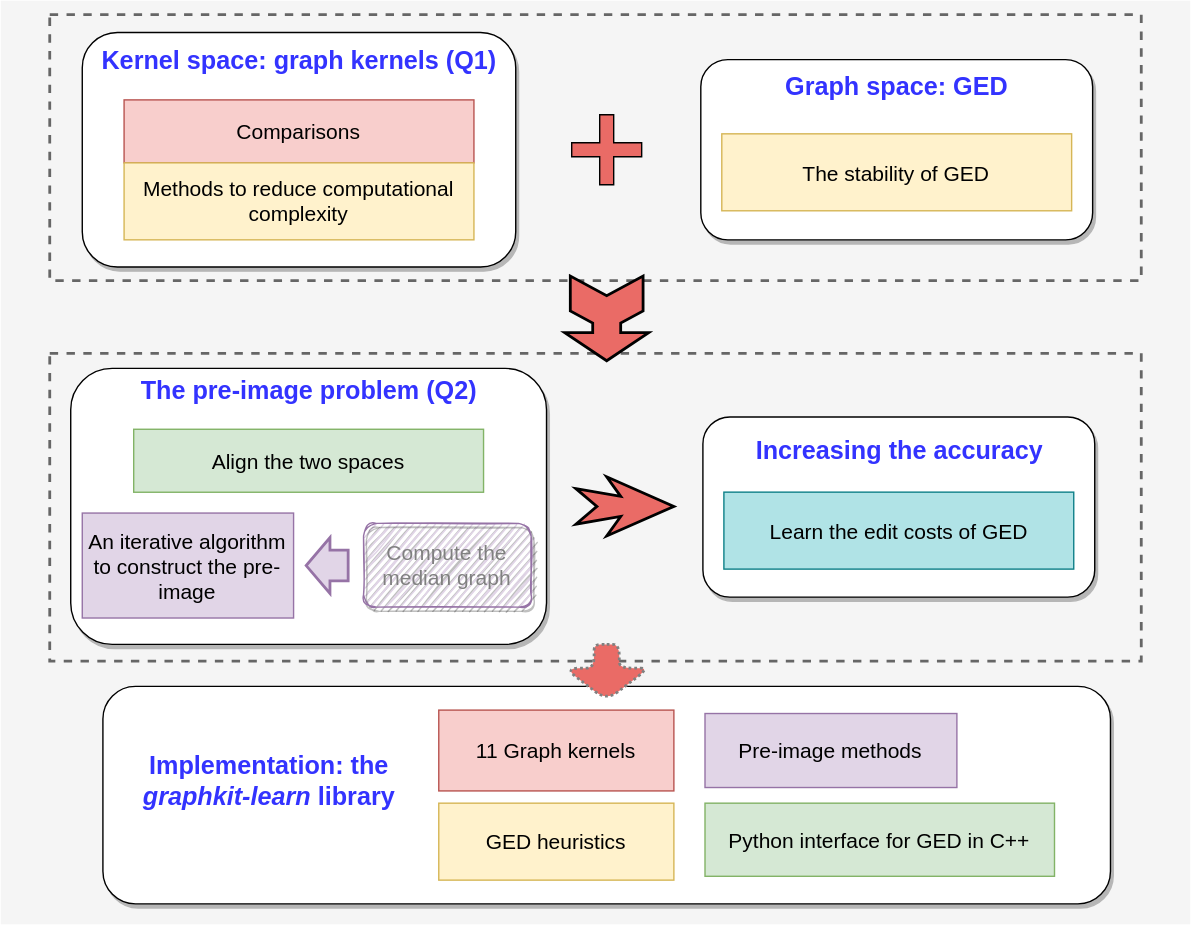
This is architecture.svg from jajupmochi/phd_thesis, a draw.io export, as it was before one commit. Source tidied: cells renumbered, new cells last; positions are measured from the earlier drawing's top-left corner, leaving out a move shared by most shapes. Source of this version:
```xml
<mxGraphModel>
  <root>
    <mxCell id="0" />
    <mxCell id="1" parent="0" />
    <mxCell id="2" style="rounded=0;whiteSpace=wrap;html=1;fillColor=#f5f5f5;fontColor=#333333;strokeColor=none;" parent="1" vertex="1">
      <mxGeometry width="850" height="660" as="geometry" />
    </mxCell>
    <mxCell id="3" style="rounded=0;whiteSpace=wrap;html=1;shadow=0;glass=0;dashed=1;sketch=0;fontColor=#333333;strokeColor=#666666;fillColor=#f5f5f5;align=center;verticalAlign=middle;strokeWidth=2;" parent="1" vertex="1">
      <mxGeometry x="35" y="10" width="780" height="190" as="geometry" />
    </mxCell>
    <mxCell id="4" style="rounded=1;whiteSpace=wrap;html=1;shadow=1;glass=0;sketch=0;strokeColor=#000000;fillColor=#ffffff;align=left;" parent="1" vertex="1">
      <mxGeometry x="58.2" y="22.8" width="309.8" height="167.5" as="geometry" />
    </mxCell>
    <mxCell id="5" value="&lt;h1 style=&quot;font-size: 18px&quot;&gt;Kernel space: graph kernels (Q1)&lt;br&gt;&lt;/h1&gt;" style="text;html=1;strokeColor=none;fillColor=none;spacing=5;spacingTop=-20;whiteSpace=wrap;overflow=hidden;rounded=0;shadow=1;glass=0;dashed=1;sketch=0;align=center;verticalAlign=middle;fontColor=#3333FF;" parent="1" vertex="1">
      <mxGeometry x="61.9" y="18.1" width="302.5" height="70" as="geometry" />
    </mxCell>
    <mxCell id="6" value="&lt;font style=&quot;font-size: 15px&quot;&gt;Comparisons&lt;/font&gt;" style="text;html=1;align=center;verticalAlign=middle;whiteSpace=wrap;rounded=0;shadow=0;glass=0;sketch=0;fillColor=#f8cecc;strokeColor=#b85450;" parent="1" vertex="1">
      <mxGeometry x="88.1" y="70.9" width="250" height="45" as="geometry" />
    </mxCell>
    <mxCell id="7" value="&lt;div&gt;&lt;font style=&quot;font-size: 15px&quot;&gt;Methods to reduce computational&lt;/font&gt;&lt;/div&gt;&lt;div&gt;&lt;font style=&quot;font-size: 15px&quot;&gt; complexity&lt;/font&gt;&lt;/div&gt;" style="text;html=1;align=center;verticalAlign=middle;whiteSpace=wrap;rounded=0;shadow=0;glass=0;sketch=0;fillColor=#fff2cc;strokeColor=#d6b656;" parent="1" vertex="1">
      <mxGeometry x="88.1" y="115.9" width="250" height="55" as="geometry" />
    </mxCell>
    <mxCell id="8" style="rounded=1;whiteSpace=wrap;html=1;shadow=1;glass=0;sketch=0;strokeColor=#000000;fillColor=#ffffff;align=left;" parent="1" vertex="1">
      <mxGeometry x="500.2" y="42.1" width="280" height="128.8" as="geometry" />
    </mxCell>
    <mxCell id="9" value="&lt;h1 style=&quot;font-size: 18px&quot;&gt;Graph space: GED&lt;br&gt;&lt;/h1&gt;" style="text;html=1;strokeColor=none;fillColor=none;spacing=5;spacingTop=-20;whiteSpace=wrap;overflow=hidden;rounded=0;shadow=1;glass=0;dashed=1;sketch=0;align=center;verticalAlign=middle;fontColor=#3333FF;" parent="1" vertex="1">
      <mxGeometry x="489" y="37.2" width="302.5" height="70" as="geometry" />
    </mxCell>
    <mxCell id="10" value="&lt;font style=&quot;font-size: 15px&quot;&gt;The stability of GED&lt;/font&gt;" style="text;html=1;align=center;verticalAlign=middle;whiteSpace=wrap;rounded=0;shadow=0;glass=0;sketch=0;fillColor=#fff2cc;strokeColor=#d6b656;" parent="1" vertex="1">
      <mxGeometry x="515.2" y="95.1" width="250" height="55" as="geometry" />
    </mxCell>
    <mxCell id="11" style="shape=cross;whiteSpace=wrap;html=1;rounded=1;shadow=0;glass=0;sketch=0;fontColor=#3333FF;strokeColor=#000000;fillColor=#EA6B66;align=center;verticalAlign=middle;" parent="1" vertex="1">
      <mxGeometry x="408" y="81.5" width="50" height="50" as="geometry" />
    </mxCell>
    <mxCell id="12" style="rounded=0;whiteSpace=wrap;html=1;shadow=0;glass=0;dashed=1;sketch=0;fontColor=#333333;strokeColor=#666666;fillColor=#f5f5f5;align=center;verticalAlign=middle;strokeWidth=2;" parent="1" vertex="1">
      <mxGeometry x="35" y="252" width="780" height="220" as="geometry" />
    </mxCell>
    <mxCell id="13" style="rounded=1;whiteSpace=wrap;html=1;shadow=1;glass=0;sketch=0;strokeColor=#000000;fillColor=#ffffff;align=left;" parent="1" vertex="1">
      <mxGeometry x="50" y="262.8" width="340" height="197.2" as="geometry" />
    </mxCell>
    <mxCell id="14" value="&lt;h1 style=&quot;font-size: 18px&quot;&gt;The pre-image problem (Q2)&lt;br&gt;&lt;/h1&gt;" style="text;html=1;strokeColor=none;fillColor=none;spacing=5;spacingTop=-20;whiteSpace=wrap;overflow=hidden;rounded=0;shadow=1;glass=0;dashed=1;sketch=0;align=center;verticalAlign=middle;fontColor=#3333FF;" parent="1" vertex="1">
      <mxGeometry x="68.8" y="253.9" width="302.5" height="70" as="geometry" />
    </mxCell>
    <mxCell id="15" value="&lt;div&gt;&lt;font style=&quot;font-size: 15px&quot; color=&quot;#808080&quot;&gt;Compute the &lt;br&gt;&lt;/font&gt;&lt;/div&gt;&lt;div&gt;&lt;font style=&quot;font-size: 15px&quot; color=&quot;#808080&quot;&gt;median graph&lt;/font&gt;&lt;/div&gt;" style="text;html=1;align=center;verticalAlign=middle;whiteSpace=wrap;rounded=1;shadow=1;glass=0;sketch=1;fillColor=#e1d5e7;strokeColor=#9673a6;" parent="1" vertex="1">
      <mxGeometry x="259.2" y="373.5" width="119.8" height="59.9" as="geometry" />
    </mxCell>
    <mxCell id="16" value="&lt;div&gt;&lt;font style=&quot;font-size: 15px&quot;&gt;An iterative algorithm&lt;/font&gt;&lt;/div&gt;&lt;div&gt;&lt;font style=&quot;font-size: 15px&quot;&gt; to construct the pre-&lt;/font&gt;&lt;/div&gt;&lt;div&gt;&lt;font style=&quot;font-size: 15px&quot;&gt;image&lt;/font&gt;&lt;/div&gt;" style="text;html=1;align=center;verticalAlign=middle;whiteSpace=wrap;rounded=0;shadow=0;glass=0;sketch=0;fillColor=#e1d5e7;strokeColor=#9673a6;" parent="1" vertex="1">
      <mxGeometry x="58.2" y="366.1" width="151" height="75" as="geometry" />
    </mxCell>
    <mxCell id="17" style="rounded=1;whiteSpace=wrap;html=1;shadow=1;glass=0;sketch=0;strokeColor=#000000;fillColor=#ffffff;align=left;" parent="1" vertex="1">
      <mxGeometry x="501.8" y="297.4" width="280" height="128.8" as="geometry" />
    </mxCell>
    <mxCell id="18" value="&lt;h1 style=&quot;font-size: 18px&quot;&gt;Increasing the accuracy&lt;/h1&gt;" style="text;html=1;strokeColor=none;fillColor=none;spacing=5;spacingTop=-20;whiteSpace=wrap;overflow=hidden;rounded=0;shadow=1;glass=0;dashed=1;sketch=0;align=center;verticalAlign=middle;fontColor=#3333FF;" parent="1" vertex="1">
      <mxGeometry x="490.5" y="296.6" width="302.5" height="70" as="geometry" />
    </mxCell>
    <mxCell id="19" value="&lt;font style=&quot;font-size: 15px&quot;&gt;Learn the edit costs of GED&lt;/font&gt;" style="text;html=1;align=center;verticalAlign=middle;whiteSpace=wrap;rounded=0;shadow=0;glass=0;sketch=0;fillColor=#b0e3e6;strokeColor=#0e8088;" parent="1" vertex="1">
      <mxGeometry x="516.8" y="351.2" width="250" height="55" as="geometry" />
    </mxCell>
    <mxCell id="20" style="html=1;shadow=0;dashed=0;align=center;verticalAlign=middle;shape=mxgraph.arrows2.stylisedArrow;dy=0.66;dx=38;notch=15;feather=0.4;rounded=1;glass=0;sketch=0;fontColor=#3333FF;strokeColor=#000000;strokeWidth=2;fillColor=#EA6B66;" parent="1" vertex="1">
      <mxGeometry x="411" y="340.2" width="70" height="42.2" as="geometry" />
    </mxCell>
    <mxCell id="21" value="&lt;font style=&quot;font-size: 15px&quot;&gt;Align the two spaces&lt;/font&gt;" style="text;html=1;align=center;verticalAlign=middle;whiteSpace=wrap;rounded=0;shadow=0;glass=0;sketch=0;fillColor=#d5e8d4;strokeColor=#82b366;" parent="1" vertex="1">
      <mxGeometry x="95" y="306.2" width="250" height="45" as="geometry" />
    </mxCell>
    <mxCell id="22" style="html=1;shadow=0;dashed=0;align=center;verticalAlign=middle;shape=mxgraph.arrows2.tailedNotchedArrow;dy1=10;dx1=20;notch=14;arrowHead=20;dx2=25;dy2=30;rounded=1;glass=0;sketch=0;fontColor=#3333FF;strokeColor=#000000;strokeWidth=2;fillColor=#EA6B66;rotation=90;" parent="1" vertex="1">
      <mxGeometry x="402.8" y="214" width="60.5" height="26" as="geometry" />
    </mxCell>
    <mxCell id="23" style="html=1;shadow=0;dashed=0;align=center;verticalAlign=middle;shape=mxgraph.arrows2.arrow;dy=0.45;dx=17;flipH=1;notch=0;rounded=1;glass=0;sketch=0;strokeColor=#9673a6;strokeWidth=2;fillColor=#e1d5e7;" parent="1" vertex="1">
      <mxGeometry x="218.2" y="383.6" width="30" height="40" as="geometry" />
    </mxCell>
    <mxCell id="24" style="rounded=1;whiteSpace=wrap;html=1;shadow=1;glass=0;sketch=0;strokeColor=#000000;fillColor=#ffffff;align=left;" parent="1" vertex="1">
      <mxGeometry x="73" y="490" width="720" height="155.4" as="geometry" />
    </mxCell>
    <mxCell id="25" value="&lt;h1 style=&quot;font-size: 18px&quot;&gt;Implementation: the &lt;i&gt;graphkit-learn&lt;/i&gt; library&lt;br&gt;&lt;/h1&gt;" style="text;html=1;strokeColor=none;fillColor=none;spacing=5;spacingTop=-20;whiteSpace=wrap;overflow=hidden;rounded=0;shadow=1;glass=0;dashed=1;sketch=0;align=center;verticalAlign=middle;fontColor=#3333FF;" parent="1" vertex="1">
      <mxGeometry x="81.8" y="532.7" width="220" height="70" as="geometry" />
    </mxCell>
    <mxCell id="26" value="&lt;font style=&quot;font-size: 15px&quot;&gt;11 Graph kernels&lt;/font&gt;" style="text;html=1;align=center;verticalAlign=middle;whiteSpace=wrap;rounded=0;shadow=0;glass=0;sketch=0;fillColor=#f8cecc;strokeColor=#b85450;" parent="1" vertex="1">
      <mxGeometry x="313" y="506.9" width="168" height="57.8" as="geometry" />
    </mxCell>
    <mxCell id="27" value="&lt;font style=&quot;font-size: 15px&quot;&gt;GED heuristics&lt;/font&gt;" style="text;html=1;align=center;verticalAlign=middle;whiteSpace=wrap;rounded=0;shadow=0;glass=0;sketch=0;fillColor=#fff2cc;strokeColor=#d6b656;" parent="1" vertex="1">
      <mxGeometry x="313" y="573.4" width="168" height="55" as="geometry" />
    </mxCell>
    <mxCell id="28" value="&lt;font style=&quot;font-size: 15px&quot;&gt;Python interface for GED in C++&lt;/font&gt;" style="text;html=1;align=center;verticalAlign=middle;whiteSpace=wrap;rounded=0;shadow=0;glass=0;sketch=0;fillColor=#d5e8d4;strokeColor=#82b366;" parent="1" vertex="1">
      <mxGeometry x="503.2" y="573.4" width="249.8" height="52.2" as="geometry" />
    </mxCell>
    <mxCell id="29" value="&lt;font style=&quot;font-size: 15px&quot;&gt;Pre-image methods&lt;/font&gt;" style="text;html=1;align=center;verticalAlign=middle;whiteSpace=wrap;rounded=0;shadow=0;glass=0;sketch=0;fillColor=#e1d5e7;strokeColor=#9673a6;" parent="1" vertex="1">
      <mxGeometry x="503.2" y="509.4" width="180" height="52.9" as="geometry" />
    </mxCell>
    <mxCell id="30" style="shape=singleArrow;direction=south;whiteSpace=wrap;html=1;rounded=1;shadow=0;glass=0;sketch=0;fontColor=#3333FF;fillColor=#EA6B66;align=center;verticalAlign=middle;arrowWidth=0.3;arrowSize=0.575;dashed=1;strokeWidth=2;strokeColor=#808080;dashPattern=1 1;" parent="1" vertex="1">
      <mxGeometry x="403" y="460" width="60" height="40" as="geometry" />
    </mxCell>
  </root>
</mxGraphModel>
```
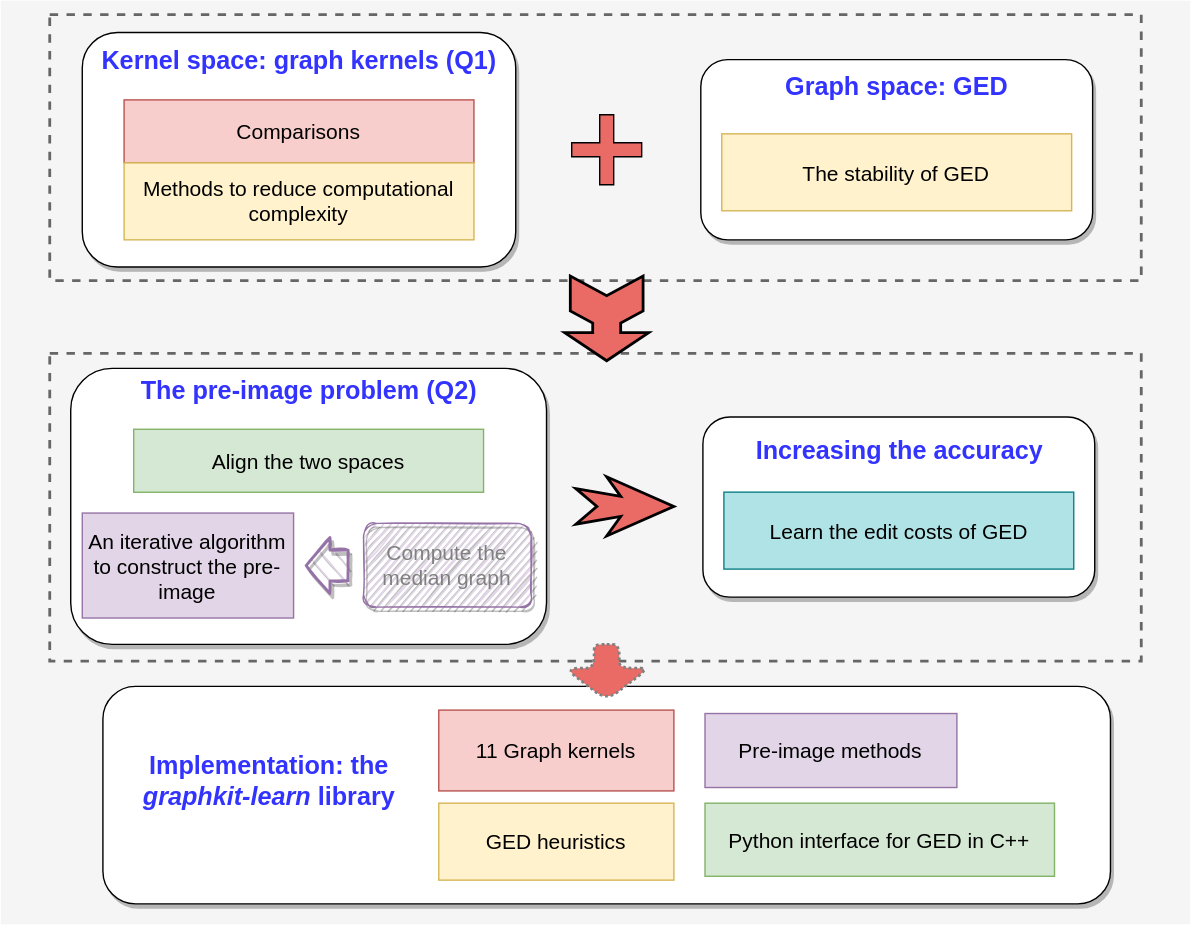
The same file after the commit.

Diff of the diagram source:
```diff
@@ -65,7 +65,7 @@
     <mxCell id="22" style="html=1;shadow=0;dashed=0;align=center;verticalAlign=middle;shape=mxgraph.arrows2.tailedNotchedArrow;dy1=10;dx1=20;notch=14;arrowHead=20;dx2=25;dy2=30;rounded=1;glass=0;sketch=0;fontColor=#3333FF;strokeColor=#000000;strokeWidth=2;fillColor=#EA6B66;rotation=90;" parent="1" vertex="1">
       <mxGeometry x="402.8" y="214" width="60.5" height="26" as="geometry" />
     </mxCell>
-    <mxCell id="23" style="html=1;shadow=0;dashed=0;align=center;verticalAlign=middle;shape=mxgraph.arrows2.arrow;dy=0.45;dx=17;flipH=1;notch=0;rounded=1;glass=0;sketch=0;strokeColor=#9673a6;strokeWidth=2;fillColor=#e1d5e7;" parent="1" vertex="1">
+    <mxCell id="23" style="html=1;shadow=1;dashed=0;align=center;verticalAlign=middle;shape=mxgraph.arrows2.arrow;dy=0.45;dx=17;flipH=1;notch=0;rounded=1;glass=0;sketch=1;strokeColor=#9673a6;strokeWidth=2;fillColor=#e1d5e7;" parent="1" vertex="1">
       <mxGeometry x="218.2" y="383.6" width="30" height="40" as="geometry" />
     </mxCell>
     <mxCell id="24" style="rounded=1;whiteSpace=wrap;html=1;shadow=1;glass=0;sketch=0;strokeColor=#000000;fillColor=#ffffff;align=left;" parent="1" vertex="1">
```
